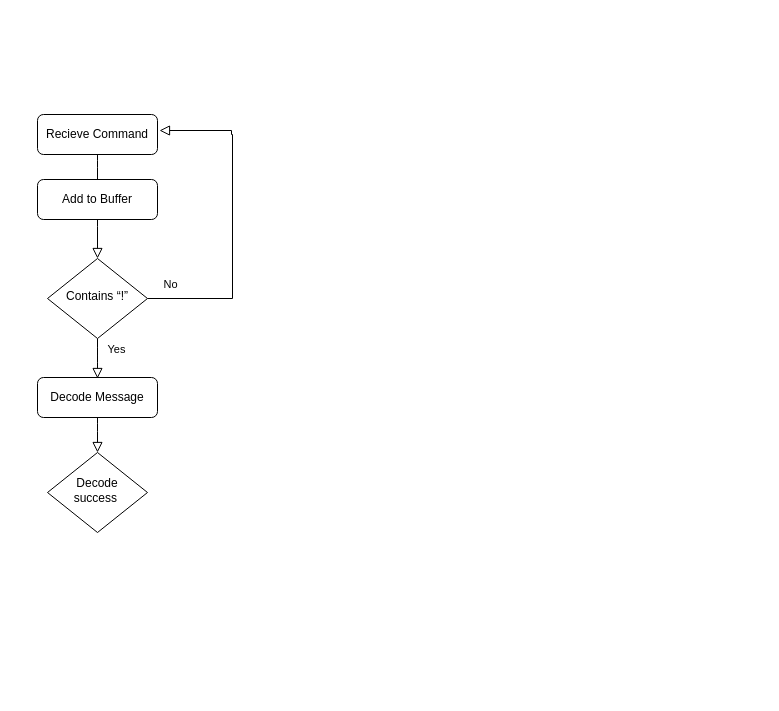
The draw.io diagram page "Ablaufdiagramm" (2 of 2) of IA.drawio in 0neShot/IA, before the edit. Source tidied: cells renumbered, new cells numbered last; positions are measured from the earlier drawing's top-left corner, leaving out a move shared by most shapes. Both pictures are drawn from the tidied source at 100%, with x=0, y=0 at pixel (37, 114).
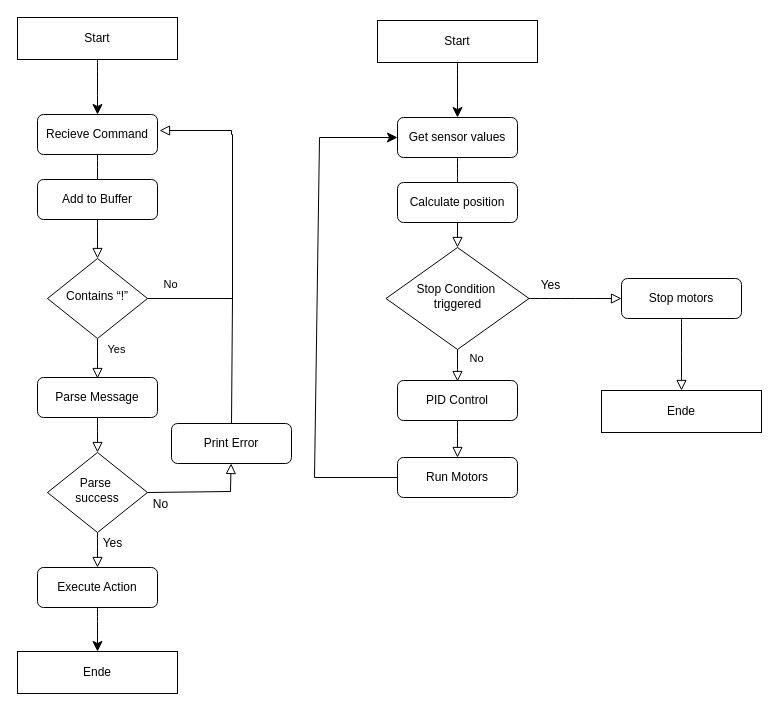
The same diagram, later.

The change refers to these unchanged cells:
```xml
<mxCell id="3" value="Recieve Command" style="rounded=1;whiteSpace=wrap;html=1;fontSize=12;glass=0;strokeWidth=1;shadow=0;" parent="1" vertex="1">
  <mxGeometry width="120" height="40" as="geometry" />
</mxCell>
```

Change to the diagram source:
```diff
@@
-    <mxCell id="9" value="Decode Message" style="rounded=1;whiteSpace=wrap;html=1;fontSize=12;glass=0;strokeWidth=1;shadow=0;" parent="1" vertex="1">
+    <mxCell id="9" value="Parse Message" style="rounded=1;whiteSpace=wrap;html=1;fontSize=12;glass=0;strokeWidth=1;shadow=0;" parent="1" vertex="1">
       <mxGeometry y="263" width="120" height="40" as="geometry" />
     </mxCell>
+    <mxCell id="11" style="edgeStyle=none;curved=0;rounded=0;jettySize=auto;html=1;fontSize=12;startSize=8;endSize=8;exitX=0.5;exitY=0;exitDx=0;exitDy=0;endArrow=none;endFill=0;" parent="1" edge="1" source="37">
+      <mxGeometry relative="1" as="geometry">
+        <mxPoint x="195" y="183" as="targetPoint" />
+      </mxGeometry>
+    </mxCell>
+    <mxCell id="12" style="edgeStyle=none;curved=1;rounded=0;jettySize=auto;html=1;entryX=0.5;entryY=0;entryDx=0;entryDy=0;fontSize=12;startSize=8;endSize=8;endArrow=block;endFill=0;" parent="1" edge="1" source="10" target="15">
+      <mxGeometry relative="1" as="geometry" />
+    </mxCell>
+    <mxCell id="13" value="Yes" style="edgeLabel;html=1;align=center;verticalAlign=middle;fontSize=12;" parent="12" vertex="1">
+      <mxGeometry x="-0.1" y="3" relative="1" as="geometry">
+        <mxPoint x="11" y="-6" as="offset" />
+      </mxGeometry>
+    </mxCell>
-    <mxCell id="10" value="Decode success&amp;nbsp;" style="rhombus;whiteSpace=wrap;html=1;shadow=0;fontFamily=Helvetica;fontSize=12;align=center;strokeWidth=1;spacing=6;spacingTop=-4;" parent="1" vertex="1">
+    <mxCell id="10" value="Parse&amp;nbsp;&lt;div&gt;success&lt;/div&gt;" style="rhombus;whiteSpace=wrap;html=1;shadow=0;fontFamily=Helvetica;fontSize=12;align=center;strokeWidth=1;spacing=6;spacingTop=-4;" parent="1" vertex="1">
       <mxGeometry x="10" y="338" width="100" height="80" as="geometry" />
     </mxCell>
+    <mxCell id="14" style="edgeStyle=none;curved=1;rounded=0;jettySize=auto;html=1;entryX=0.5;entryY=0;entryDx=0;entryDy=0;fontSize=12;startSize=8;endSize=8;" parent="1" edge="1" source="15" target="18">
+      <mxGeometry relative="1" as="geometry" />
+    </mxCell>
+    <mxCell id="15" value="Execute Action" style="rounded=1;whiteSpace=wrap;html=1;fontSize=12;glass=0;strokeWidth=1;shadow=0;" parent="1" vertex="1">
+      <mxGeometry y="453" width="120" height="40" as="geometry" />
+    </mxCell>
+    <mxCell id="16" style="edgeStyle=none;curved=1;rounded=0;jettySize=auto;html=1;entryX=0.5;entryY=0;entryDx=0;entryDy=0;fontSize=12;startSize=8;endSize=8;" parent="1" edge="1" source="17" target="3">
+      <mxGeometry relative="1" as="geometry" />
+    </mxCell>
+    <mxCell id="17" value="Start" style="rounded=0;whiteSpace=wrap;html=1;" parent="1" vertex="1">
+      <mxGeometry x="-20" y="-97" width="160" height="42" as="geometry" />
+    </mxCell>
+    <mxCell id="18" value="Ende" style="rounded=0;whiteSpace=wrap;html=1;" parent="1" vertex="1">
+      <mxGeometry x="-20" y="537" width="160" height="42" as="geometry" />
+    </mxCell>
+    <mxCell id="19" style="rounded=0;html=1;jettySize=auto;fontSize=11;endArrow=block;endFill=0;endSize=8;strokeWidth=1;shadow=0;labelBackgroundColor=none;edgeStyle=orthogonalEdgeStyle;curved=1;" parent="1" edge="1" source="20" target="24">
+      <mxGeometry relative="1" as="geometry" />
+    </mxCell>
+    <mxCell id="20" value="Get sensor values" style="rounded=1;whiteSpace=wrap;html=1;fontSize=12;glass=0;strokeWidth=1;shadow=0;" parent="1" vertex="1">
+      <mxGeometry x="360" y="3" width="120" height="40" as="geometry" />
+    </mxCell>
+    <mxCell id="21" value="No" style="rounded=0;html=1;jettySize=auto;fontSize=11;endArrow=block;endFill=0;endSize=8;strokeWidth=1;shadow=0;labelBackgroundColor=none;edgeStyle=orthogonalEdgeStyle;curved=1;" parent="1" edge="1" source="24">
+      <mxGeometry x="-0.46" y="19" relative="1" as="geometry">
+        <mxPoint x="420" y="267" as="targetPoint" />
+      </mxGeometry>
+    </mxCell>
+    <mxCell id="22" style="edgeStyle=none;curved=1;rounded=0;jettySize=auto;html=1;fontSize=12;startSize=8;endSize=8;entryX=0;entryY=0.5;entryDx=0;entryDy=0;endArrow=block;endFill=0;" parent="1" edge="1" source="24" target="34">
+      <mxGeometry relative="1" as="geometry" />
+    </mxCell>
+    <mxCell id="23" value="Yes" style="edgeLabel;html=1;align=center;verticalAlign=middle;fontSize=12;" parent="22" vertex="1">
+      <mxGeometry x="-0.15" relative="1" as="geometry">
+        <mxPoint x="-18" y="-14" as="offset" />
+      </mxGeometry>
+    </mxCell>
+    <mxCell id="24" value="Stop Condition&amp;nbsp;&lt;div&gt;triggered&lt;/div&gt;" style="rhombus;whiteSpace=wrap;html=1;shadow=0;fontFamily=Helvetica;fontSize=12;align=center;strokeWidth=1;spacing=6;spacingTop=-4;" parent="1" vertex="1">
+      <mxGeometry x="348.5" y="133" width="143" height="102" as="geometry" />
+    </mxCell>
+    <mxCell id="25" value="Calculate position" style="rounded=1;whiteSpace=wrap;html=1;fontSize=12;glass=0;strokeWidth=1;shadow=0;" parent="1" vertex="1">
+      <mxGeometry x="360" y="68" width="120" height="40" as="geometry" />
+    </mxCell>
+    <mxCell id="26" style="edgeStyle=none;curved=1;rounded=0;jettySize=auto;html=1;entryX=0.5;entryY=0;entryDx=0;entryDy=0;fontSize=12;startSize=8;endSize=8;endArrow=block;endFill=0;" parent="1" edge="1" source="27" target="29">
+      <mxGeometry relative="1" as="geometry" />
+    </mxCell>
+    <mxCell id="27" value="PID Control" style="rounded=1;whiteSpace=wrap;html=1;fontSize=12;glass=0;strokeWidth=1;shadow=0;" parent="1" vertex="1">
+      <mxGeometry x="360" y="266" width="120" height="40" as="geometry" />
+    </mxCell>
+    <mxCell id="28" style="edgeStyle=none;curved=0;rounded=0;jettySize=auto;html=1;entryX=0;entryY=0.5;entryDx=0;entryDy=0;fontSize=12;startSize=8;endSize=8;" parent="1" edge="1" source="29" target="20">
+      <mxGeometry relative="1" as="geometry">
+        <Array as="points">
+          <mxPoint x="277" y="363" />
+          <mxPoint x="282" y="23" />
+        </Array>
+      </mxGeometry>
+    </mxCell>
+    <mxCell id="29" value="Run Motors" style="rounded=1;whiteSpace=wrap;html=1;fontSize=12;glass=0;strokeWidth=1;shadow=0;" parent="1" vertex="1">
+      <mxGeometry x="360" y="343" width="120" height="40" as="geometry" />
+    </mxCell>
+    <mxCell id="30" style="edgeStyle=none;curved=1;rounded=0;jettySize=auto;html=1;entryX=0.5;entryY=0;entryDx=0;entryDy=0;fontSize=12;startSize=8;endSize=8;" parent="1" edge="1" source="31" target="20">
+      <mxGeometry relative="1" as="geometry" />
+    </mxCell>
+    <mxCell id="31" value="Start" style="rounded=0;whiteSpace=wrap;html=1;" parent="1" vertex="1">
+      <mxGeometry x="340" y="-94" width="160" height="42" as="geometry" />
+    </mxCell>
+    <mxCell id="32" value="Ende" style="rounded=0;whiteSpace=wrap;html=1;" parent="1" vertex="1">
+      <mxGeometry x="564" y="276" width="160" height="42" as="geometry" />
+    </mxCell>
+    <mxCell id="33" style="edgeStyle=none;curved=1;rounded=0;jettySize=auto;html=1;entryX=0.5;entryY=0;entryDx=0;entryDy=0;fontSize=12;startSize=8;endSize=8;endArrow=block;endFill=0;" parent="1" edge="1" source="34" target="32">
+      <mxGeometry relative="1" as="geometry" />
+    </mxCell>
+    <mxCell id="34" value="Stop motors" style="rounded=1;whiteSpace=wrap;html=1;fontSize=12;glass=0;strokeWidth=1;shadow=0;" parent="1" vertex="1">
+      <mxGeometry x="584" y="164" width="120" height="40" as="geometry" />
+    </mxCell>
+    <mxCell id="35" style="edgeStyle=none;curved=0;rounded=0;jettySize=auto;html=1;fontSize=12;startSize=8;endSize=8;exitX=1;exitY=0.5;exitDx=0;exitDy=0;endArrow=block;endFill=0;" parent="1" edge="1" source="10" target="37">
+      <mxGeometry relative="1" as="geometry">
+        <Array as="points">
+          <mxPoint x="193" y="377" />
+        </Array>
+      </mxGeometry>
+    </mxCell>
+    <mxCell id="36" value="No" style="edgeLabel;html=1;align=center;verticalAlign=middle;fontSize=12;" parent="35" vertex="1">
+      <mxGeometry x="-0.38" y="-3" relative="1" as="geometry">
+        <mxPoint x="-22" y="9" as="offset" />
+      </mxGeometry>
+    </mxCell>
+    <mxCell id="37" value="Print Error" style="rounded=1;whiteSpace=wrap;html=1;fontSize=12;glass=0;strokeWidth=1;shadow=0;" parent="1" vertex="1">
+      <mxGeometry x="134" y="309" width="120" height="40" as="geometry" />
+    </mxCell>
```
